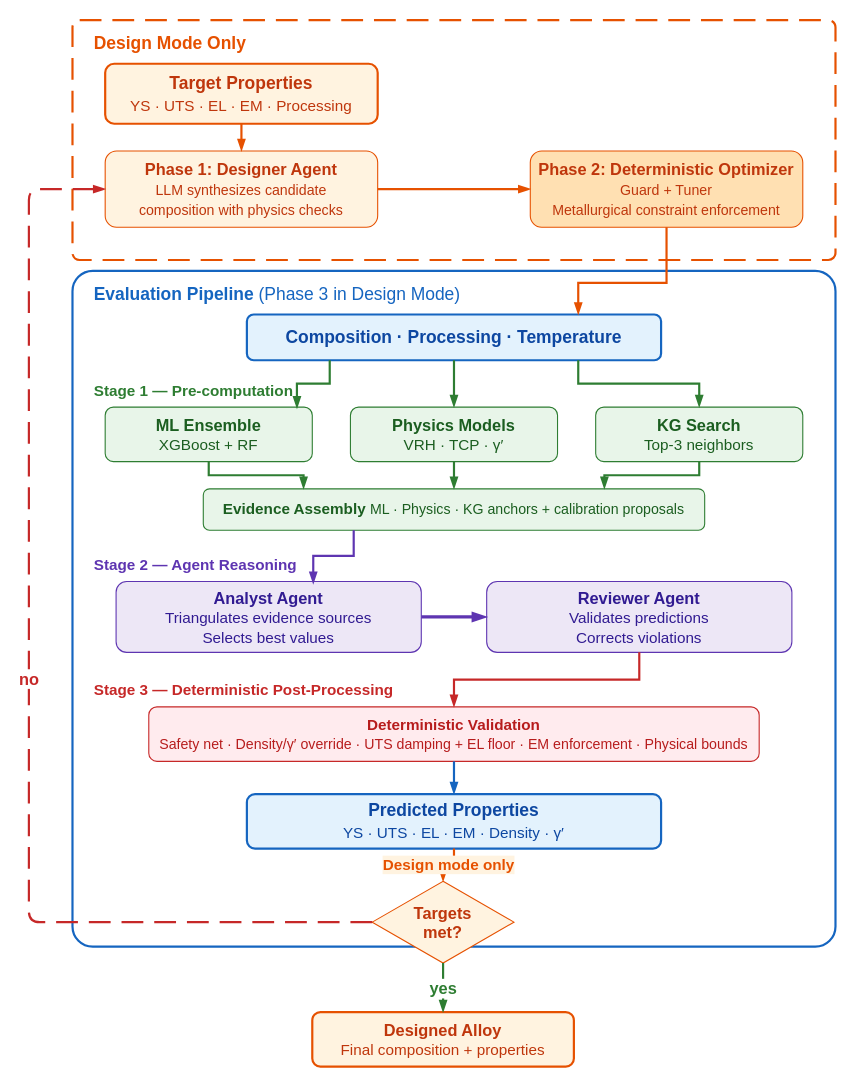
AlexLecu/AlloyGraph keeps this draw.io diagram as docs/paper/figures/fig3_evaluation_pipeline.drawio. Above is the earlier version. Source tidied: cells renumbered, new cells numbered last; positions are measured from the earlier drawing's top-left corner, leaving out a move shared by most shapes. Both pictures are drawn from the tidied source at 109%, with x=0, y=0 at pixel (28, 20).
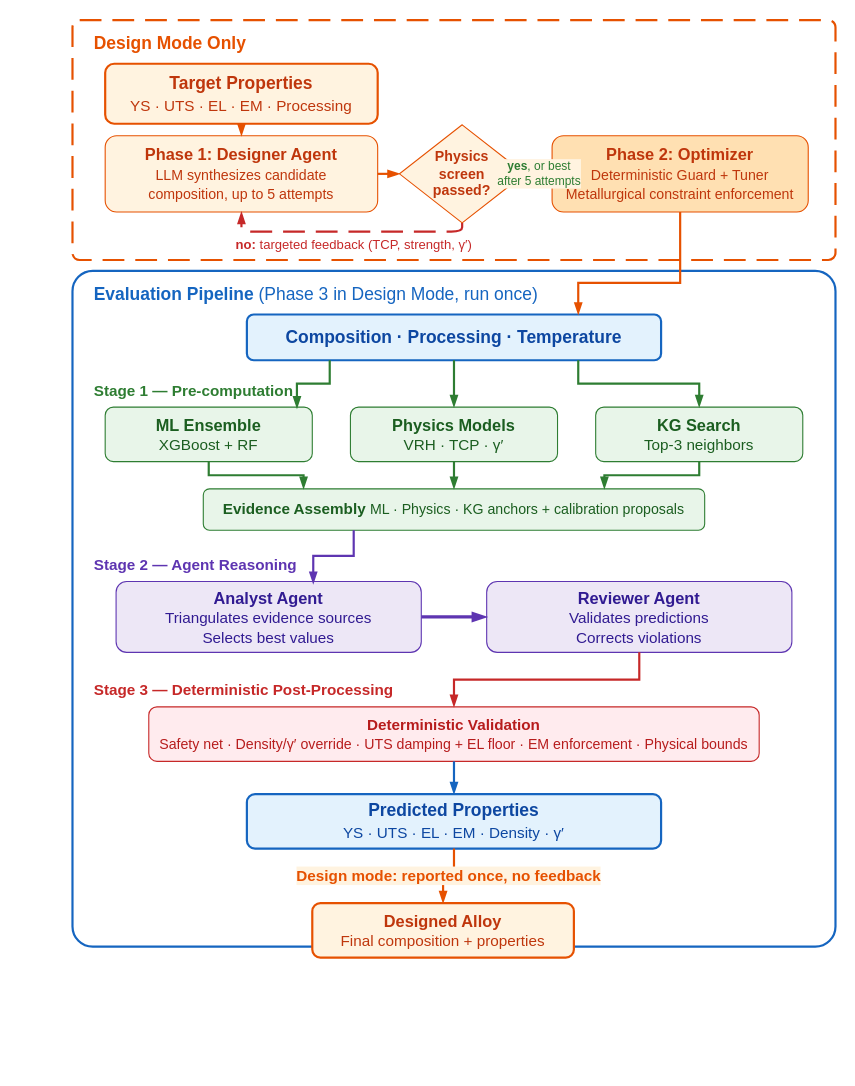
Above is the later version.

Unchanged cells that the change refers to:
```xml
<mxCell id="9" value="&lt;b&gt;Composition · Processing · Temperature&lt;/b&gt;" style="rounded=1;whiteSpace=wrap;html=1;fillColor=#E3F2FD;strokeColor=#1565C0;fontColor=#0D47A1;fontSize=16;strokeWidth=2;" parent="1" vertex="1">
  <mxGeometry x="200" y="270" width="380" height="42" as="geometry" />
</mxCell>
<mxCell id="20" value="&lt;b&gt;Predicted Properties&lt;/b&gt;&lt;br&gt;&lt;font style='font-size:14px'&gt;YS · UTS · EL · EM · Density · γ′&lt;/font&gt;" style="rounded=1;whiteSpace=wrap;html=1;fillColor=#E3F2FD;strokeColor=#1565C0;fontColor=#0D47A1;fontSize=16;strokeWidth=2;" parent="1" vertex="1">
  <mxGeometry x="200" y="710" width="380" height="50" as="geometry" />
</mxCell>
```

The edit, as a diff of the source:
```diff
@@
-    <mxCell id="5" value="&lt;b&gt;Evaluation Pipeline&lt;/b&gt;  (Phase 3 in Design Mode)" style="text;html=1;strokeColor=none;fillColor=none;align=left;fontSize=16;fontColor=#1565C0;spacingLeft=8;" parent="1" vertex="1">
+    <mxCell id="5" value="&lt;b&gt;Evaluation Pipeline&lt;/b&gt;  (Phase 3 in Design Mode, run once)" style="text;html=1;strokeColor=none;fillColor=none;align=left;fontSize=16;fontColor=#1565C0;spacingLeft=8;" parent="1" vertex="1">
       <mxGeometry x="50" y="235" width="450" height="25" as="geometry" />
     </mxCell>
@@
-    <mxCell id="7" value="&lt;b&gt;Phase 1: Designer Agent&lt;/b&gt;&lt;br&gt;&lt;font style='font-size:13px'&gt;LLM synthesizes candidate&lt;br&gt;composition with physics checks&lt;/font&gt;" style="rounded=1;whiteSpace=wrap;html=1;fillColor=#FFF3E0;strokeColor=#E65100;fontColor=#BF360C;fontSize=15;" parent="1" vertex="1">
-      <mxGeometry x="70" y="120" width="250" height="70" as="geometry" />
+    <mxCell id="7" value="&lt;b&gt;Phase 1: Designer Agent&lt;/b&gt;&lt;br&gt;&lt;font style='font-size:13px'&gt;LLM synthesizes candidate&lt;br&gt;composition, up to 5 attempts&lt;/font&gt;" style="rounded=1;whiteSpace=wrap;html=1;fillColor=#FFF3E0;strokeColor=#E65100;fontColor=#BF360C;fontSize=15;" parent="1" vertex="1">
+      <mxGeometry x="70" y="106" width="250" height="70" as="geometry" />
     </mxCell>
-    <mxCell id="8" value="&lt;b&gt;Phase 2: Deterministic Optimizer&lt;/b&gt;&lt;br&gt;&lt;font style='font-size:13px'&gt;Guard + Tuner&lt;br&gt;Metallurgical constraint enforcement&lt;/font&gt;" style="rounded=1;whiteSpace=wrap;html=1;fillColor=#FFE0B2;strokeColor=#E65100;fontColor=#BF360C;fontSize=15;" parent="1" vertex="1">
-      <mxGeometry x="460" y="120" width="250" height="70" as="geometry" />
+    <mxCell id="8" value="&lt;b&gt;Phase 2: Optimizer&lt;/b&gt;&lt;br&gt;&lt;font style='font-size:13px'&gt;Deterministic Guard + Tuner&lt;br&gt;Metallurgical constraint enforcement&lt;/font&gt;" style="rounded=1;whiteSpace=wrap;html=1;fillColor=#FFE0B2;strokeColor=#E65100;fontColor=#BF360C;fontSize=15;" parent="1" vertex="1">
+      <mxGeometry x="480" y="106" width="235" height="70" as="geometry" />
     </mxCell>
@@
-    <mxCell id="21" value="&lt;b&gt;Targets&lt;br&gt;met?&lt;/b&gt;" style="rhombus;whiteSpace=wrap;html=1;fillColor=#FFF3E0;strokeColor=#E65100;fontColor=#BF360C;fontSize=15;" parent="1" vertex="1">
-      <mxGeometry x="315" y="790" width="130" height="75" as="geometry" />
-    </mxCell>
     <mxCell id="22" value="&lt;b&gt;Designed Alloy&lt;/b&gt;&lt;br&gt;&lt;font style='font-size:14px'&gt;Final composition + properties&lt;/font&gt;" style="rounded=1;whiteSpace=wrap;html=1;fillColor=#FFF3E0;strokeColor=#E65100;fontColor=#BF360C;fontSize=15;strokeWidth=2;" parent="1" vertex="1">
-      <mxGeometry x="260" y="910" width="240" height="50" as="geometry" />
+      <mxGeometry x="260" y="810" width="240" height="50" as="geometry" />
     </mxCell>
@@
-    <mxCell id="24" style="edgeStyle=orthogonalEdgeStyle;rounded=0;html=1;strokeColor=#E65100;strokeWidth=2;exitX=1;exitY=0.5;entryX=0;entryY=0.5;endArrow=blockThin;endFill=1;" parent="1" edge="1" source="7" target="8">
+    <mxCell id="24" style="edgeStyle=orthogonalEdgeStyle;rounded=0;html=1;strokeColor=#E65100;strokeWidth=2;exitX=1;exitY=0.5;entryX=0;entryY=0.5;endArrow=blockThin;endFill=1;" parent="1" edge="1" source="7" target="39">
       <mxGeometry relative="1" as="geometry" />
     </mxCell>
     <mxCell id="25" style="edgeStyle=orthogonalEdgeStyle;rounded=0;html=1;strokeColor=#E65100;strokeWidth=2;exitX=0.5;exitY=1;entryX=0.8;entryY=0;endArrow=blockThin;endFill=1;" parent="1" edge="1" source="8" target="9">
       <mxGeometry relative="1" as="geometry">
         <Array as="points">
-          <mxPoint x="585" y="241" />
+          <mxPoint x="597" y="241" />
           <mxPoint x="504" y="241" />
         </Array>
       </mxGeometry>
     </mxCell>
@@
-    <mxCell id="36" value="&lt;font style='font-size:14px;color:#E65100'&gt;&lt;b&gt;Design mode only&lt;/b&gt;&lt;/font&gt;" style="edgeStyle=orthogonalEdgeStyle;rounded=0;html=1;strokeColor=#E65100;strokeWidth=2;exitX=0.5;exitY=1;entryX=0.5;entryY=0;endArrow=blockThin;endFill=1;labelBackgroundColor=#FFF3E0;" parent="1" edge="1" source="20" target="21">
+    <mxCell id="36" value="&lt;font style='font-size:14px;color:#E65100'&gt;&lt;b&gt;Design mode: reported once, no feedback&lt;/b&gt;&lt;/font&gt;" style="edgeStyle=orthogonalEdgeStyle;rounded=0;html=1;strokeColor=#E65100;strokeWidth=2;exitX=0.5;exitY=1;entryX=0.5;entryY=0;endArrow=blockThin;endFill=1;labelBackgroundColor=#FFF3E0;" parent="1" edge="1" source="20" target="22">
       <mxGeometry relative="1" as="geometry" />
     </mxCell>
-    <mxCell id="37" value="&lt;font style='font-size:15px;color:#2E7D32'&gt;&lt;b&gt;yes&lt;/b&gt;&lt;/font&gt;" style="edgeStyle=orthogonalEdgeStyle;rounded=0;html=1;strokeColor=#2E7D32;strokeWidth=2;exitX=0.5;exitY=1;entryX=0.5;entryY=0;endArrow=blockThin;endFill=1;" parent="1" edge="1" source="21" target="22">
-      <mxGeometry relative="1" as="geometry" />
-    </mxCell>
-    <mxCell id="38" value="&lt;font style='font-size:15px;color:#C62828'&gt;&lt;b&gt;no&lt;/b&gt;&lt;/font&gt;" style="edgeStyle=orthogonalEdgeStyle;rounded=1;html=1;strokeColor=#C62828;strokeWidth=2;dashed=1;dashPattern=10 5;exitX=0;exitY=0.5;entryX=0;entryY=0.5;endArrow=blockThin;endFill=1;" parent="1" edge="1" source="21" target="7">
-      <mxGeometry x="0.02" relative="1" as="geometry">
-        <Array as="points">
-          <mxPoint y="827" />
-          <mxPoint y="155" />
-        </Array>
-      </mxGeometry>
-    </mxCell>
+    <mxCell id="39" value="&lt;b&gt;Physics&lt;br&gt;screen&lt;br&gt;passed?&lt;/b&gt;" style="rhombus;whiteSpace=wrap;html=1;fillColor=#FFF3E0;strokeColor=#E65100;fontColor=#BF360C;fontSize=13;" parent="1" vertex="1">
+      <mxGeometry x="340" y="96" width="115" height="90" as="geometry" />
+    </mxCell>
+    <mxCell id="40" value="&lt;font style='font-size:11px;color:#2E7D32'&gt;&lt;b&gt;yes&lt;/b&gt;, or best&lt;br&gt;after 5 attempts&lt;/font&gt;" style="edgeStyle=orthogonalEdgeStyle;rounded=0;html=1;strokeColor=#2E7D32;strokeWidth=2;exitX=1;exitY=0.5;entryX=0;entryY=0.5;endArrow=blockThin;endFill=1;labelBackgroundColor=#FFF3E0;" parent="1" edge="1" source="39" target="8">
+      <mxGeometry relative="1" as="geometry" />
+    </mxCell>
+    <mxCell id="41" style="edgeStyle=orthogonalEdgeStyle;rounded=1;html=1;strokeColor=#C62828;strokeWidth=2;dashed=1;dashPattern=10 5;exitX=0.5;exitY=1;entryX=0.5;entryY=1;endArrow=blockThin;endFill=1;labelBackgroundColor=#FFF3E0;" parent="1" edge="1" source="39" target="7">
+      <mxGeometry relative="1" as="geometry">
+        <Array as="points">
+          <mxPoint x="397" y="194" />
+          <mxPoint x="195" y="194" />
+        </Array>
+      </mxGeometry>
+    </mxCell>
+    <mxCell id="42" value="&lt;b&gt;no:&lt;/b&gt; targeted feedback (TCP, strength, γ′)" style="text;html=1;strokeColor=none;fillColor=none;align=center;verticalAlign=middle;fontSize=12;fontColor=#C62828;" parent="1" vertex="1">
+      <mxGeometry x="180" y="196" width="235" height="20" as="geometry" />
+    </mxCell>
```
